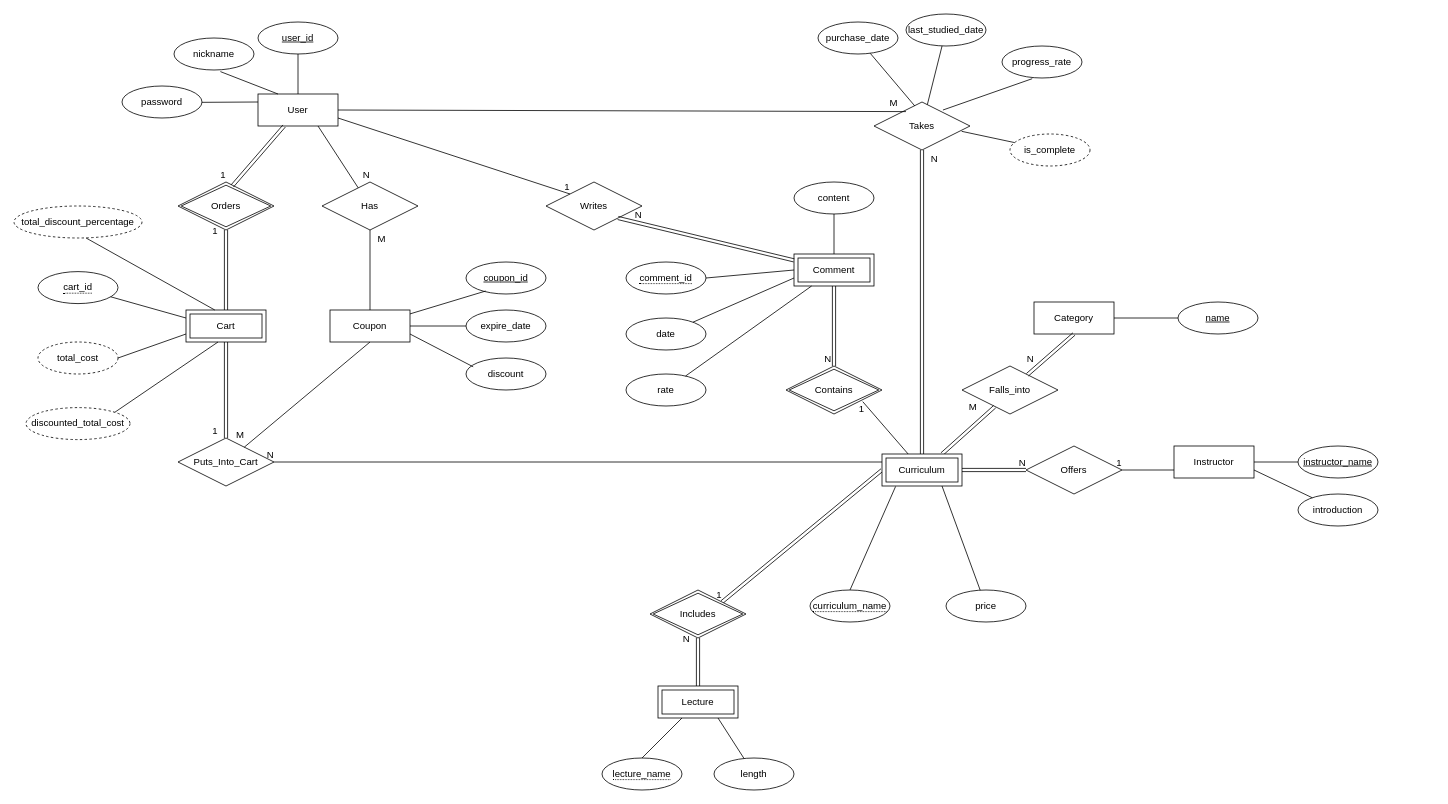
This is ERD.drawio from sarah2234/CBNU_DatabaseSystem, a draw.io file, before an edit. Source tidied: cells renumbered, new cells numbered last; positions are measured from the earlier drawing's top-left corner, leaving out a move shared by most shapes. Both pictures are drawn from the tidied source at 80%, with x=0, y=0 at pixel (14, 14).
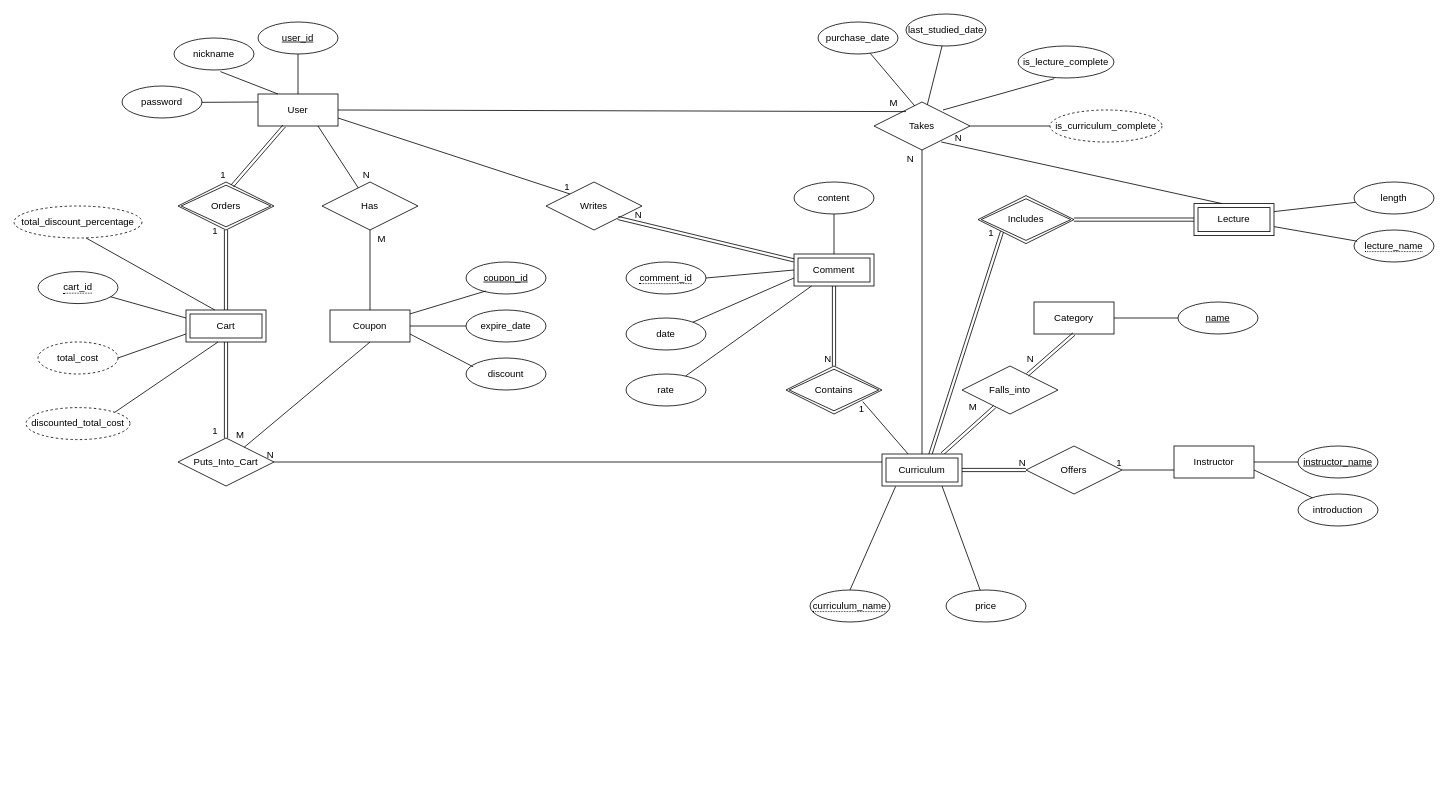
After the change.

Commit message:
feat: insert Lecture entity into Takes relationship

Unchanged cells that the change refers to:
```xml
<mxCell id="17" value="Takes" style="shape=rhombus;perimeter=rhombusPerimeter;whiteSpace=wrap;html=1;align=center;" parent="1" vertex="1">
  <mxGeometry x="1075" y="110" width="120" height="60" as="geometry" />
</mxCell>
<mxCell id="54" value="Curriculum" style="shape=ext;margin=3;double=1;whiteSpace=wrap;html=1;align=center;" parent="1" vertex="1">
  <mxGeometry x="1085" y="550" width="100" height="40" as="geometry" />
</mxCell>
```

Diff of the diagram source:
```diff
@@
-    <mxCell id="10" style="shape=link;html=1;rounded=0;entryX=1;entryY=0;entryDx=0;entryDy=0;" parent="1" edge="1" target="25">
-      <mxGeometry relative="1" as="geometry">
-        <mxPoint x="1085" y="570" as="sourcePoint" />
-      </mxGeometry>
+    <mxCell id="10" style="shape=link;html=1;rounded=0;exitX=0.6;exitY=0.05;exitDx=0;exitDy=0;exitPerimeter=0;entryX=0;entryY=1;entryDx=0;entryDy=0;" parent="1" edge="1" source="54" target="25">
+      <mxGeometry relative="1" as="geometry" />
     </mxCell>
     <mxCell id="11" value="1" style="html=1;align=right;verticalAlign=bottom;" parent="10" vertex="1">
-      <mxGeometry x="1" relative="1" as="geometry" />
+      <mxGeometry x="1" relative="1" as="geometry">
+        <mxPoint x="-10" y="10" as="offset" />
+      </mxGeometry>
     </mxCell>
@@
-    <mxCell id="18" style="shape=link;html=1;rounded=0;exitX=0.5;exitY=0;exitDx=0;exitDy=0;" parent="1" edge="1" source="54" target="17">
-      <mxGeometry relative="1" as="geometry" />
-    </mxCell>
-    <mxCell id="19" value="N" style="html=1;align=right;verticalAlign=bottom;" parent="18" vertex="1">
-      <mxGeometry x="1" relative="1" as="geometry">
-        <mxPoint x="20" y="20" as="offset" />
-      </mxGeometry>
-    </mxCell>
@@
     <mxCell id="22" value="Lecture" style="shape=ext;margin=3;double=1;whiteSpace=wrap;html=1;align=center;" parent="1" vertex="1">
-      <mxGeometry x="805" y="840" width="100" height="40" as="geometry" />
+      <mxGeometry x="1475" y="237" width="100" height="40" as="geometry" />
     </mxCell>
-    <mxCell id="23" style="shape=link;html=1;rounded=0;exitX=0.5;exitY=0;exitDx=0;exitDy=0;" parent="1" edge="1" source="22" target="25">
+    <mxCell id="23" style="shape=link;html=1;rounded=0;exitX=0;exitY=0.5;exitDx=0;exitDy=0;" parent="1" edge="1" source="22" target="25">
       <mxGeometry relative="1" as="geometry" />
     </mxCell>
@@
     <mxCell id="25" value="Includes" style="shape=rhombus;double=1;perimeter=rhombusPerimeter;whiteSpace=wrap;html=1;align=center;" parent="1" vertex="1">
-      <mxGeometry x="795" y="720" width="120" height="60" as="geometry" />
+      <mxGeometry x="1205" y="227" width="120" height="60" as="geometry" />
     </mxCell>
@@
-    <mxCell id="67" value="progress_rate" style="ellipse;whiteSpace=wrap;html=1;align=center;" parent="1" vertex="1">
-      <mxGeometry x="1235" y="40" width="100" height="40" as="geometry" />
+    <mxCell id="67" value="is_lecture_complete" style="ellipse;whiteSpace=wrap;html=1;align=center;" parent="1" vertex="1">
+      <mxGeometry x="1255" y="40" width="120" height="40" as="geometry" />
     </mxCell>
@@
     <mxCell id="77" value="&lt;span style=&quot;border-bottom: 1px dotted&quot;&gt;lecture_name&lt;/span&gt;" style="ellipse;whiteSpace=wrap;html=1;align=center;" parent="1" vertex="1">
-      <mxGeometry x="735" y="930" width="100" height="40" as="geometry" />
+      <mxGeometry x="1675" y="270" width="100" height="40" as="geometry" />
     </mxCell>
-    <mxCell id="78" style="endArrow=none;html=1;rounded=0;exitX=0.5;exitY=0;exitDx=0;exitDy=0;" parent="1" edge="1" source="77" target="22">
+    <mxCell id="78" style="endArrow=none;html=1;rounded=0;exitX=0.04;exitY=0.35;exitDx=0;exitDy=0;exitPerimeter=0;" parent="1" edge="1" source="77" target="22">
       <mxGeometry relative="1" as="geometry" />
     </mxCell>
     <mxCell id="79" value="length" style="ellipse;whiteSpace=wrap;html=1;align=center;" parent="1" vertex="1">
-      <mxGeometry x="875" y="930" width="100" height="40" as="geometry" />
+      <mxGeometry x="1675" y="210" width="100" height="40" as="geometry" />
     </mxCell>
-    <mxCell id="80" style="endArrow=none;html=1;rounded=0;exitX=0.75;exitY=1;exitDx=0;exitDy=0;" parent="1" edge="1" source="22" target="79">
+    <mxCell id="80" style="endArrow=none;html=1;rounded=0;exitX=1;exitY=0.25;exitDx=0;exitDy=0;" parent="1" edge="1" source="22" target="79">
       <mxGeometry relative="1" as="geometry" />
     </mxCell>
-    <mxCell id="81" value="is_complete" style="ellipse;whiteSpace=wrap;html=1;align=center;dashed=1;" parent="1" vertex="1">
-      <mxGeometry x="1245" y="150" width="100" height="40" as="geometry" />
+    <mxCell id="81" value="is_curriculum_complete" style="ellipse;whiteSpace=wrap;html=1;align=center;dashed=1;" parent="1" vertex="1">
+      <mxGeometry x="1295" y="120" width="140" height="40" as="geometry" />
     </mxCell>
-    <mxCell id="82" style="endArrow=none;html=1;rounded=0;exitX=0.913;exitY=0.611;exitDx=0;exitDy=0;exitPerimeter=0;" parent="1" edge="1" source="17" target="81">
+    <mxCell id="82" style="endArrow=none;html=1;rounded=0;exitX=1;exitY=0.5;exitDx=0;exitDy=0;" parent="1" edge="1" source="17" target="81">
       <mxGeometry relative="1" as="geometry" />
     </mxCell>
@@
+    <mxCell id="107" style="endArrow=none;html=1;rounded=0;" parent="1" edge="1" source="54">
+      <mxGeometry relative="1" as="geometry">
+        <mxPoint x="1135" y="170" as="targetPoint" />
+      </mxGeometry>
+    </mxCell>
+    <mxCell id="108" value="N" style="html=1;align=right;verticalAlign=bottom;" parent="107" vertex="1">
+      <mxGeometry x="1" relative="1" as="geometry">
+        <mxPoint x="-10" y="20" as="offset" />
+      </mxGeometry>
+    </mxCell>
+    <mxCell id="109" style="endArrow=none;html=1;rounded=0;exitX=0.25;exitY=0;exitDx=0;exitDy=0;entryX=0.7;entryY=0.833;entryDx=0;entryDy=0;entryPerimeter=0;" parent="1" edge="1" target="17">
+      <mxGeometry relative="1" as="geometry">
+        <mxPoint x="1510" y="237" as="sourcePoint" />
+      </mxGeometry>
+    </mxCell>
+    <mxCell id="110" value="N" style="html=1;align=right;verticalAlign=bottom;" parent="109" vertex="1">
+      <mxGeometry x="1" relative="1" as="geometry">
+        <mxPoint x="26" y="3" as="offset" />
+      </mxGeometry>
+    </mxCell>
```
